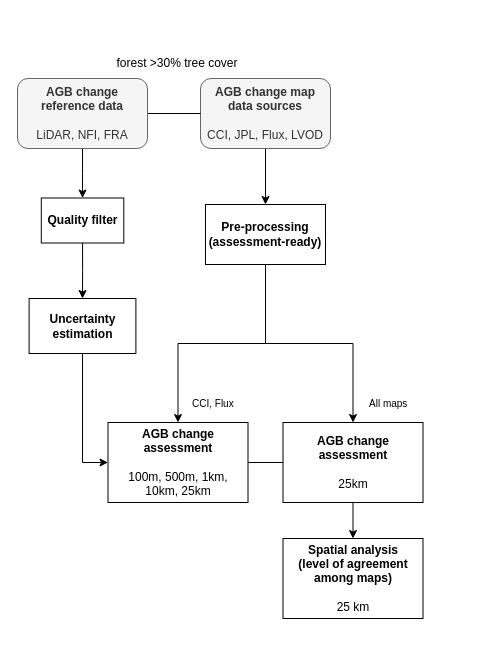
The draw.io diagram paper2.drawio in arnanaraza/diagrams, before the edit. Source tidied: cells renumbered, new cells numbered last; positions are measured from the earlier drawing's top-left corner, leaving out a move shared by most shapes. Both pictures are drawn from the tidied source at 100%, with x=0, y=0 at pixel (17, 48).
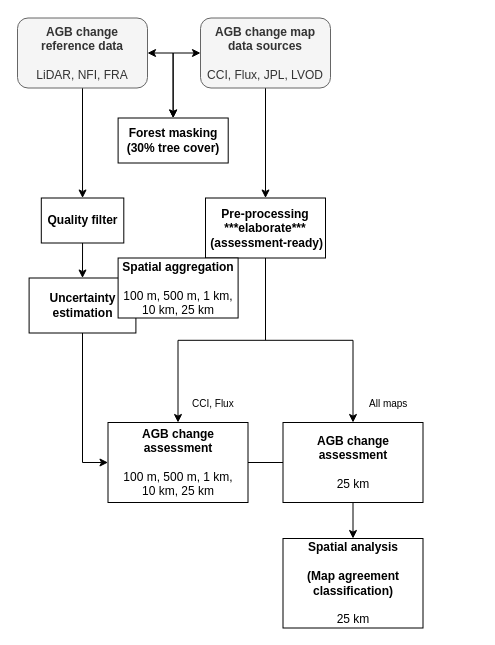
After the change.

The change refers to these unchanged cells:
```xml
<mxCell id="15" value="&lt;b&gt;Quality filter&lt;/b&gt;" style="rounded=0;whiteSpace=wrap;html=1;" parent="1" vertex="1">
  <mxGeometry x="23.8" y="149.5" width="82.5" height="45" as="geometry" />
</mxCell>
```

What changed in the source:
```diff
@@
-    <mxCell id="2" style="edgeStyle=orthogonalEdgeStyle;rounded=0;jettySize=auto;html=1;exitX=0.5;exitY=1;exitDx=0;exitDy=0;entryX=0.5;entryY=0;entryDx=0;entryDy=0;" parent="1" edge="1" source="3" target="18">
+    <mxCell id="2" style="edgeStyle=orthogonalEdgeStyle;rounded=0;jettySize=auto;html=1;exitX=0.5;exitY=1;exitDx=0;exitDy=0;entryX=0.5;entryY=0;entryDx=0;entryDy=0;startArrow=none;startFill=0;" parent="1" edge="1" source="3" target="18">
       <mxGeometry relative="1" as="geometry" />
     </mxCell>
+    <mxCell id="22" style="edgeStyle=orthogonalEdgeStyle;rounded=0;jettySize=auto;html=1;exitX=0;exitY=0.5;exitDx=0;exitDy=0;entryX=0.5;entryY=0;entryDx=0;entryDy=0;startArrow=classic;startFill=1;" parent="1" edge="1" source="3" target="24">
+      <mxGeometry relative="1" as="geometry" />
+    </mxCell>
-    <mxCell id="3" value="&lt;b&gt;AGB change map data sources&lt;br&gt;&lt;/b&gt;&lt;br&gt;CCI, JPL, Flux, LVOD&lt;span style=&quot;font-family: &amp;#34;helvetica&amp;#34;&quot;&gt;&lt;br&gt;&lt;/span&gt;" style="rounded=1;whiteSpace=wrap;html=1;fillColor=#f5f5f5;fontColor=#333333;strokeColor=#666666;" parent="1" vertex="1">
-      <mxGeometry x="183" y="30" width="130" height="70" as="geometry" />
+    <mxCell id="3" value="&lt;b&gt;AGB change map data sources&lt;br&gt;&lt;/b&gt;&lt;br&gt;CCI, Flux, JPL, LVOD&lt;span style=&quot;font-family: &amp;quot;helvetica&amp;quot;&quot;&gt;&lt;br&gt;&lt;/span&gt;" style="rounded=1;whiteSpace=wrap;html=1;fillColor=#f5f5f5;fontColor=#333333;strokeColor=#666666;" parent="1" vertex="1">
+      <mxGeometry x="183" y="-30.5" width="130" height="70" as="geometry" />
     </mxCell>
@@
-    <mxCell id="5" value="&lt;b&gt;AGB change assessment&lt;/b&gt;&lt;br&gt;&lt;br&gt;100m, 500m, 1km, &lt;br&gt;10km, 25km" style="rounded=0;whiteSpace=wrap;html=1;" parent="1" vertex="1">
+    <mxCell id="5" value="&lt;b&gt;AGB change assessment&lt;/b&gt;&lt;br&gt;&lt;br&gt;100 m, 500 m, 1 km, &lt;br&gt;10 km, 25 km" style="rounded=0;whiteSpace=wrap;html=1;" parent="1" vertex="1">
       <mxGeometry x="90.5" y="374" width="140" height="80" as="geometry" />
     </mxCell>
-    <mxCell id="6" value="forest &amp;gt;30% tree cover" style="text;html=1;strokeColor=none;fillColor=none;align=center;verticalAlign=middle;whiteSpace=wrap;rounded=0;" parent="1" vertex="1">
-      <mxGeometry x="60.9" width="197.5" height="30" as="geometry" />
-    </mxCell>
@@
-    <mxCell id="8" value="&lt;b&gt;AGB change assessment&lt;/b&gt;&lt;br&gt;&lt;br&gt;25km" style="rounded=0;whiteSpace=wrap;html=1;" parent="1" vertex="1">
+    <mxCell id="8" value="&lt;b&gt;AGB change assessment&lt;/b&gt;&lt;br&gt;&lt;br&gt;25 km" style="rounded=0;whiteSpace=wrap;html=1;" parent="1" vertex="1">
       <mxGeometry x="265.5" y="374" width="140" height="80" as="geometry" />
     </mxCell>
-    <mxCell id="9" style="edgeStyle=orthogonalEdgeStyle;rounded=0;jettySize=auto;html=1;exitX=1;exitY=0.5;exitDx=0;exitDy=0;entryX=0;entryY=0.5;entryDx=0;entryDy=0;endArrow=none;endFill=0;" parent="1" edge="1" source="11" target="3">
-      <mxGeometry relative="1" as="geometry" />
-    </mxCell>
-    <mxCell id="10" style="edgeStyle=orthogonalEdgeStyle;rounded=0;jettySize=auto;html=1;exitX=0.5;exitY=1;exitDx=0;exitDy=0;entryX=0.5;entryY=0;entryDx=0;entryDy=0;" parent="1" edge="1" source="11" target="15">
+    <mxCell id="10" style="edgeStyle=orthogonalEdgeStyle;rounded=0;jettySize=auto;html=1;exitX=0.5;exitY=1;exitDx=0;exitDy=0;entryX=0.5;entryY=0;entryDx=0;entryDy=0;startArrow=none;startFill=0;" parent="1" edge="1" source="11" target="15">
       <mxGeometry relative="1" as="geometry" />
     </mxCell>
+    <mxCell id="23" style="edgeStyle=orthogonalEdgeStyle;rounded=0;jettySize=auto;html=1;exitX=1;exitY=0.5;exitDx=0;exitDy=0;entryX=0.5;entryY=0;entryDx=0;entryDy=0;startArrow=classic;startFill=1;" parent="1" edge="1" source="11" target="24">
+      <mxGeometry relative="1" as="geometry" />
+    </mxCell>
     <mxCell id="11" value="&lt;b style=&quot;font-family: &amp;#34;helvetica&amp;#34;&quot;&gt;AGB change reference data&lt;/b&gt;&lt;br style=&quot;font-family: &amp;#34;helvetica&amp;#34;&quot;&gt;&lt;br style=&quot;font-family: &amp;#34;helvetica&amp;#34;&quot;&gt;&lt;span style=&quot;font-family: &amp;#34;helvetica&amp;#34;&quot;&gt;LiDAR, NFI, FRA&lt;/span&gt;" style="rounded=1;whiteSpace=wrap;html=1;shadow=0;glass=0;sketch=0;fillColor=#f5f5f5;fontColor=#333333;strokeColor=#666666;" parent="1" vertex="1">
-      <mxGeometry y="30" width="130" height="70" as="geometry" />
+      <mxGeometry y="-30.5" width="130" height="70" as="geometry" />
     </mxCell>
@@
     <mxCell id="13" value="&lt;b&gt;Uncertainty estimation&lt;/b&gt;" style="rounded=0;whiteSpace=wrap;html=1;" parent="1" vertex="1">
-      <mxGeometry x="11.6" y="250" width="106.8" height="55" as="geometry" />
+      <mxGeometry x="11.6" y="229.5" width="106.8" height="55" as="geometry" />
     </mxCell>
@@
-    <mxCell id="18" value="&lt;b&gt;Pre-processing (assessment-ready)&lt;/b&gt;" style="rounded=0;whiteSpace=wrap;html=1;" parent="1" vertex="1">
-      <mxGeometry x="188" y="156" width="120" height="60" as="geometry" />
+    <mxCell id="18" value="&lt;b&gt;Pre-processing&lt;br&gt;***elaborate***&lt;br&gt;&amp;nbsp;(assessment-ready)&lt;/b&gt;" style="rounded=0;whiteSpace=wrap;html=1;" parent="1" vertex="1">
+      <mxGeometry x="188" y="149.5" width="120" height="60" as="geometry" />
     </mxCell>
-    <mxCell id="19" value="&lt;b&gt;Spatial analysis &lt;br&gt;(level of agreement among maps)&lt;br&gt;&lt;/b&gt;&lt;br&gt;25 km" style="rounded=0;whiteSpace=wrap;html=1;" parent="1" vertex="1">
-      <mxGeometry x="265.5" y="490" width="140" height="80" as="geometry" />
+    <mxCell id="19" value="&lt;b&gt;Spatial analysis&lt;br&gt;&lt;br&gt;(Map agreement classification)&lt;br&gt;&lt;/b&gt;&lt;br&gt;25 km" style="rounded=0;whiteSpace=wrap;html=1;" parent="1" vertex="1">
+      <mxGeometry x="265.5" y="490" width="140" height="89.5" as="geometry" />
     </mxCell>
@@
+    <mxCell id="24" value="&lt;b&gt;Forest masking (30% tree cover)&lt;/b&gt;" style="rounded=0;whiteSpace=wrap;html=1;" parent="1" vertex="1">
+      <mxGeometry x="100.6" y="69.5" width="110.1" height="45" as="geometry" />
+    </mxCell>
+    <mxCell id="25" value="&lt;b&gt;Spatial aggregation&lt;br&gt;&lt;br&gt;&lt;/b&gt;100 m, 500 m, 1 km,&lt;br style=&quot;border-color: var(--border-color);&quot;&gt;10 km, 25 km&lt;b&gt;&lt;br&gt;&lt;/b&gt;" style="rounded=0;whiteSpace=wrap;html=1;" parent="1" vertex="1">
+      <mxGeometry x="100.6" y="209.5" width="120" height="60" as="geometry" />
+    </mxCell>
```
